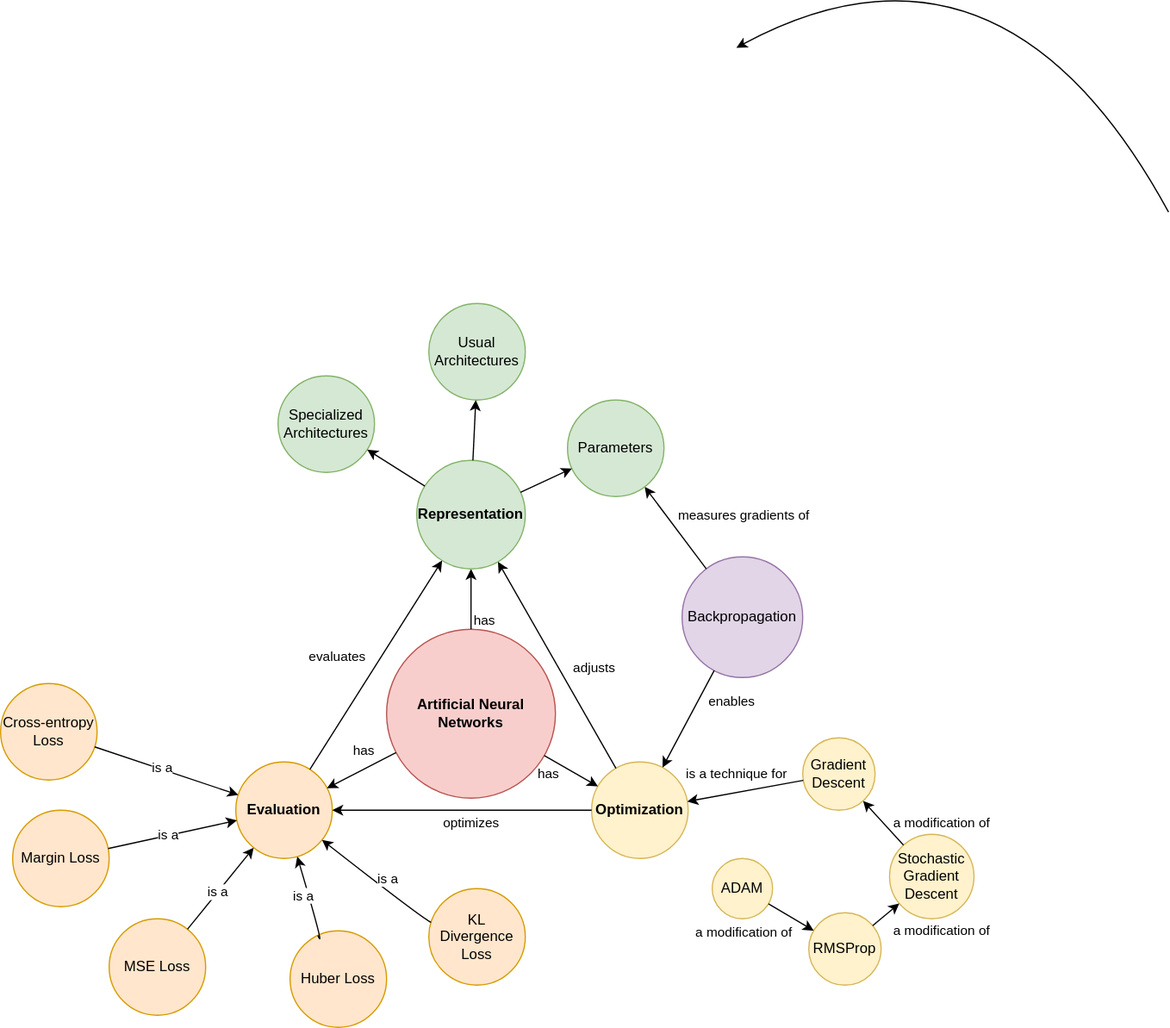
Before: figures/mapa_mental_supervised_learning_reduced.drawio.svg, a diagram exported from draw.io (vhrique/anne_ptbr). Source tidied: cells renumbered, new cells last; positions are measured from the earlier drawing's top-left corner, leaving out a move shared by most shapes.
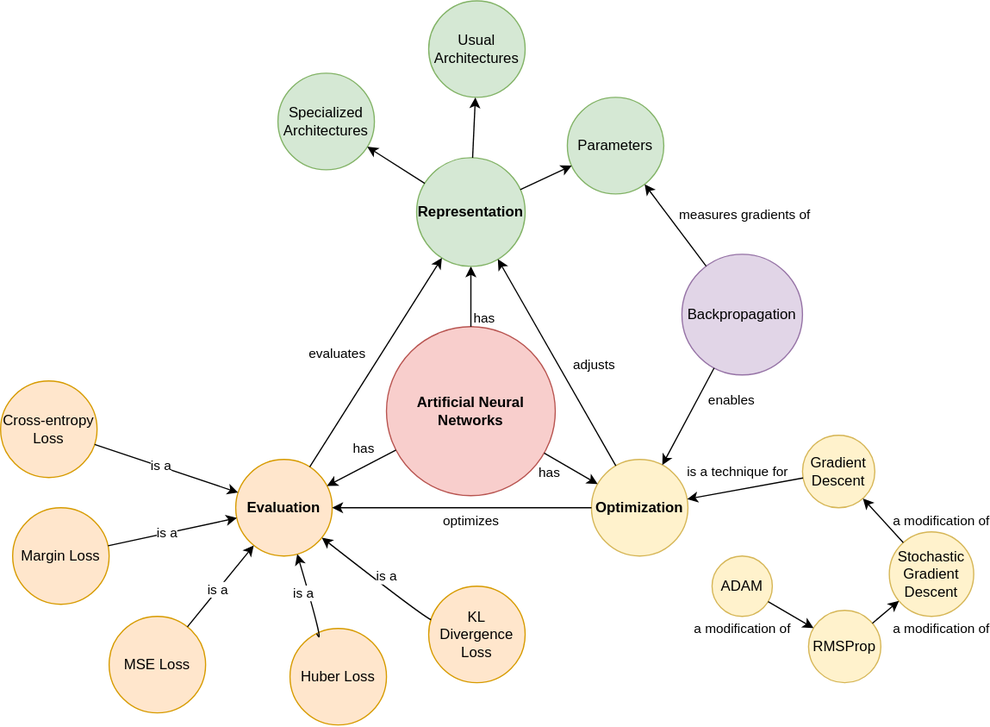
After the change.

Commit message:
Ajustando figura novamente.

Change to the diagram source:
```diff
@@ -167,15 +167,6 @@
         <mxPoint x="-39" y="13" as="offset" />
       </mxGeometry>
     </mxCell>
-    <mxCell id="49" style="curved=1;endArrow=classic;html=1;rounded=0;" parent="1" edge="1">
-      <mxGeometry relative="1" as="geometry">
-        <mxPoint x="968.3" y="254.2" as="sourcePoint" />
-        <mxPoint x="610" y="118" as="targetPoint" />
-        <Array as="points">
-          <mxPoint x="830" />
-        </Array>
-      </mxGeometry>
-    </mxCell>
     <mxCell id="50" value="KL Divergence Loss" style="ellipse;whiteSpace=wrap;html=1;fillColor=#ffe6cc;strokeColor=#d79b00;" parent="1" vertex="1">
       <mxGeometry x="355" y="815" width="80" height="80" as="geometry" />
     </mxCell>
```
